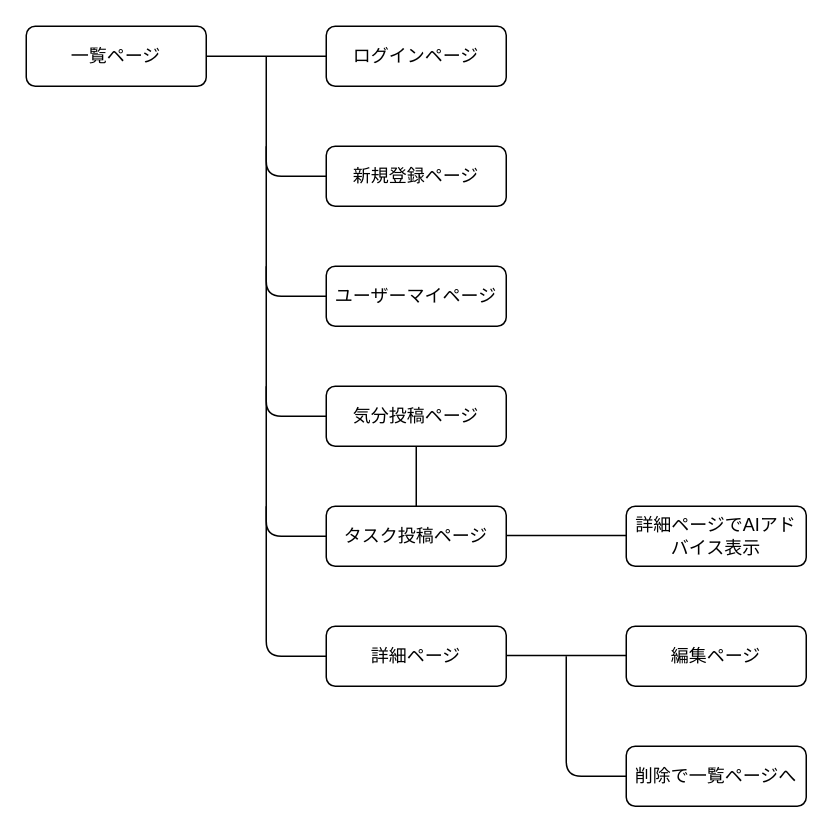
This is 画面遷移図.dio from r070624tue/motivebutton_kun, a draw.io file, before an edit. Source tidied: cells renumbered, new cells numbered last; positions are measured from the earlier drawing's top-left corner, leaving out a move shared by most shapes. Both pictures are drawn from the tidied source at 150%, with x=0, y=0 at pixel (26, 26).
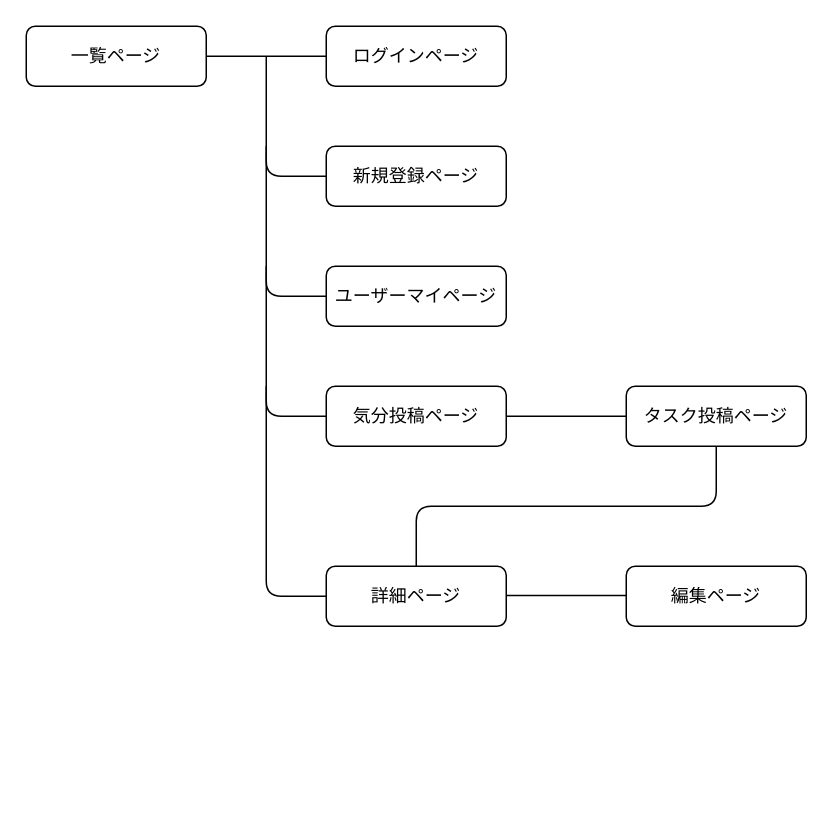
The same diagram, later.

Unchanged cells that the change refers to:
```xml
<mxCell id="8" value="気分投稿ページ" style="whiteSpace=wrap;html=1;rounded=1;" parent="1" vertex="1">
  <mxGeometry x="200" y="240" width="120" height="40" as="geometry" />
</mxCell>
```

Diff of the diagram source:
```diff
@@
     <mxCell id="9" style="edgeStyle=none;html=1;endArrow=none;endFill=0;entryX=0;entryY=0.5;entryDx=0;entryDy=0;" parent="1" edge="1">
       <mxGeometry relative="1" as="geometry">
         <mxPoint x="160" y="240" as="sourcePoint" />
-        <mxPoint x="200" y="340" as="targetPoint" />
+        <mxPoint x="200" y="380" as="targetPoint" />
         <Array as="points">
-          <mxPoint x="160" y="340" />
+          <mxPoint x="160" y="380" />
         </Array>
       </mxGeometry>
     </mxCell>
     <mxCell id="10" value="タスク投稿ページ" style="whiteSpace=wrap;html=1;rounded=1;" parent="1" vertex="1">
-      <mxGeometry x="200" y="320" width="120" height="40" as="geometry" />
+      <mxGeometry x="400" y="240" width="120" height="40" as="geometry" />
     </mxCell>
-    <mxCell id="11" style="edgeStyle=none;html=1;endArrow=none;endFill=0;entryX=0;entryY=0.5;entryDx=0;entryDy=0;" parent="1" edge="1">
-      <mxGeometry relative="1" as="geometry">
-        <mxPoint x="160" y="320" as="sourcePoint" />
-        <mxPoint x="200" y="420" as="targetPoint" />
-        <Array as="points">
-          <mxPoint x="160" y="420" />
-        </Array>
-      </mxGeometry>
-    </mxCell>
     <mxCell id="12" value="詳細ページ" style="whiteSpace=wrap;html=1;rounded=1;" parent="1" vertex="1">
-      <mxGeometry x="200" y="400" width="120" height="40" as="geometry" />
+      <mxGeometry x="200" y="360" width="120" height="40" as="geometry" />
     </mxCell>
     <mxCell id="13" style="edgeStyle=none;html=1;endArrow=none;endFill=0;" parent="1" edge="1">
       <mxGeometry relative="1" as="geometry">
-        <mxPoint x="320" y="419.5" as="sourcePoint" />
-        <mxPoint x="400" y="419.5" as="targetPoint" />
+        <mxPoint x="320" y="379.5" as="sourcePoint" />
+        <mxPoint x="400" y="379.5" as="targetPoint" />
       </mxGeometry>
     </mxCell>
     <mxCell id="14" value="編集ページ" style="whiteSpace=wrap;html=1;rounded=1;" parent="1" vertex="1">
-      <mxGeometry x="400" y="400" width="120" height="40" as="geometry" />
+      <mxGeometry x="400" y="360" width="120" height="40" as="geometry" />
     </mxCell>
-    <mxCell id="15" style="edgeStyle=none;html=1;endArrow=none;endFill=0;" parent="1" edge="1">
-      <mxGeometry relative="1" as="geometry">
-        <mxPoint x="320" y="339.5" as="sourcePoint" />
-        <mxPoint x="400" y="339.5" as="targetPoint" />
-      </mxGeometry>
-    </mxCell>
-    <mxCell id="16" value="詳細ページでAIアドバイス表示" style="whiteSpace=wrap;html=1;rounded=1;" parent="1" vertex="1">
-      <mxGeometry x="400" y="320" width="120" height="40" as="geometry" />
-    </mxCell>
@@
-    <mxCell id="19" style="edgeStyle=none;html=1;endArrow=none;endFill=0;entryX=0.5;entryY=0;entryDx=0;entryDy=0;exitX=0.5;exitY=1;exitDx=0;exitDy=0;" parent="1" edge="1" source="8" target="10">
+    <mxCell id="19" style="edgeStyle=none;html=1;endArrow=none;endFill=0;exitX=1;exitY=0.5;exitDx=0;exitDy=0;entryX=0;entryY=0.5;entryDx=0;entryDy=0;" parent="1" edge="1" source="8" target="10">
       <mxGeometry relative="1" as="geometry" />
     </mxCell>
-    <mxCell id="20" style="edgeStyle=none;html=1;endArrow=none;endFill=0;entryX=0;entryY=0.5;entryDx=0;entryDy=0;" parent="1" edge="1">
-      <mxGeometry relative="1" as="geometry">
-        <mxPoint x="360" y="420" as="sourcePoint" />
-        <mxPoint x="400" y="500" as="targetPoint" />
-        <Array as="points">
-          <mxPoint x="360" y="500" />
-        </Array>
-      </mxGeometry>
-    </mxCell>
-    <mxCell id="21" value="削除で一覧ページへ" style="whiteSpace=wrap;html=1;rounded=1;" parent="1" vertex="1">
-      <mxGeometry x="400" y="480" width="120" height="40" as="geometry" />
-    </mxCell>
+    <mxCell id="22" style="edgeStyle=none;html=1;endArrow=none;endFill=0;entryX=0.5;entryY=1;entryDx=0;entryDy=0;exitX=0.5;exitY=0;exitDx=0;exitDy=0;" parent="1" edge="1" source="12" target="10">
+      <mxGeometry relative="1" as="geometry">
+        <Array as="points">
+          <mxPoint x="260" y="320" />
+          <mxPoint x="460" y="320" />
+        </Array>
+      </mxGeometry>
+    </mxCell>
```
